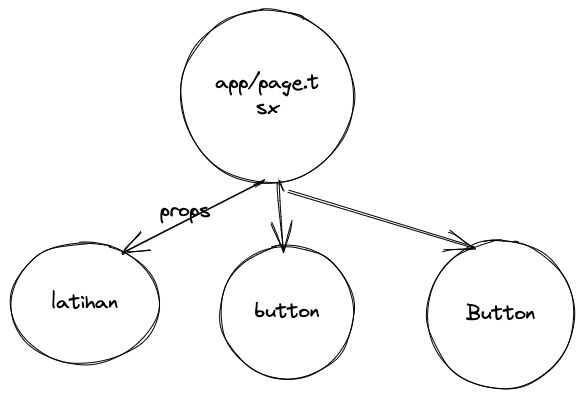
SMK-MADINATULQURAN/nextjs-bahan-ajar keeps this Excalidraw diagram as visualisasi/mikrotik.excalidraw.png. Above is the earlier version. Source tidied: one line per element, renumbered; positions are measured from the earlier drawing's top-left corner, leaving out a move shared by most shapes. Source of this version:
```json
{"id": 0, "type": "ellipse", "strokeColor": "#000000", "strokeWidth": 1, "roughness": 1, "round": true, "x": 170, "y": 0, "width": 173, "height": 173}
{"id": 1, "type": "text", "text": "app/page.t\nsx", "strokeColor": "#000000", "strokeWidth": 1, "roughness": 1, "fontSize": 20, "fontFamily": 1, "textAlign": "center", "verticalAlign": "middle", "inside": 0, "x": 205, "y": 61, "width": 104, "height": 50}
{"id": 2, "type": "ellipse", "strokeColor": "#000000", "strokeWidth": 1, "roughness": 1, "round": true, "x": 0, "y": 233, "width": 149, "height": 121}
{"id": 3, "type": "text", "text": "latihan", "strokeColor": "#000000", "strokeWidth": 1, "roughness": 1, "fontSize": 20, "fontFamily": 1, "textAlign": "center", "verticalAlign": "middle", "inside": 2, "x": 41, "y": 281, "width": 67, "height": 25}
{"id": 4, "type": "ellipse", "strokeColor": "#000000", "strokeWidth": 1, "roughness": 1, "round": true, "x": 210, "y": 236, "width": 133, "height": 133}
{"id": 5, "type": "text", "text": "button", "strokeColor": "#000000", "strokeWidth": 1, "roughness": 1, "fontSize": 20, "fontFamily": 1, "textAlign": "center", "verticalAlign": "middle", "inside": 4, "x": 245, "y": 290, "width": 65, "height": 25}
{"id": 6, "type": "ellipse", "strokeColor": "#000000", "strokeWidth": 1, "roughness": 1, "round": true, "x": 418, "y": 230, "width": 146, "height": 149}
{"id": 7, "type": "text", "text": "Button", "strokeColor": "#000000", "strokeWidth": 1, "roughness": 1, "fontSize": 20, "fontFamily": 1, "textAlign": "center", "verticalAlign": "middle", "inside": 6, "x": 456, "y": 292, "width": 69, "height": 25}
{"id": 8, "type": "arrow", "strokeColor": "#000000", "strokeWidth": 1, "roughness": 1, "endArrowhead": "arrow", "round": true, "from": 0, "x": 245, "y": 176, "width": 134, "height": 68, "points": [[0, 0], [0, 0], [-134, 68]]}
{"id": 9, "type": "arrow", "strokeColor": "#000000", "strokeWidth": 1, "roughness": 1, "endArrowhead": "arrow", "round": true, "from": 0, "x": 274, "y": 181, "width": 6, "height": 67, "points": [[0, 0], [-6, -6], [-1, 61]]}
{"id": 10, "type": "arrow", "strokeColor": "#000000", "strokeWidth": 1, "roughness": 1, "endArrowhead": "arrow", "round": true, "from": 0, "x": 278, "y": 181, "width": 185, "height": 56, "points": [[0, 0], [185, 56]]}
{"id": 11, "type": "text", "text": "props", "strokeColor": "#000000", "strokeWidth": 1, "roughness": 1, "fontSize": 20, "fontFamily": 1, "x": 150, "y": 189, "width": 50, "height": 25}
```
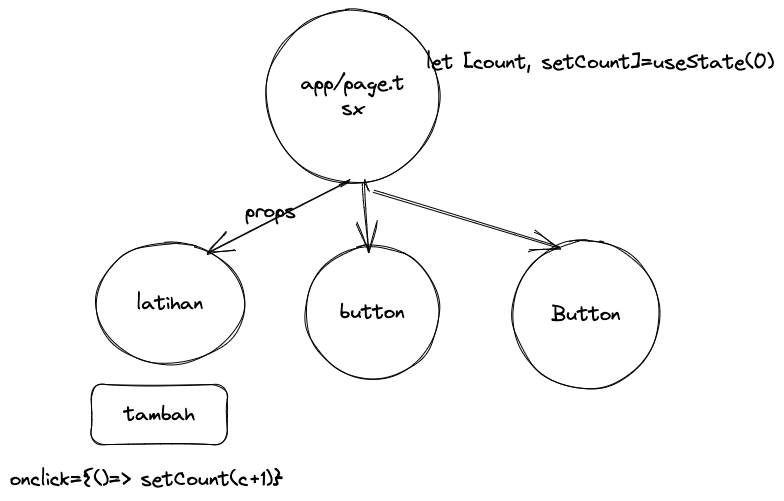
Above is the later version.

Change to the diagram source:
```diff
@@ -10,3 +10,7 @@
 {"id": 9, "type": "arrow", "strokeColor": "#000000", "strokeWidth": 1, "roughness": 1, "endArrowhead": "arrow", "round": true, "from": 0, "x": 274, "y": 181, "width": 6, "height": 67, "points": [[0, 0], [-6, -6], [-1, 61]]}
 {"id": 10, "type": "arrow", "strokeColor": "#000000", "strokeWidth": 1, "roughness": 1, "endArrowhead": "arrow", "round": true, "from": 0, "x": 278, "y": 181, "width": 185, "height": 56, "points": [[0, 0], [185, 56]]}
 {"id": 11, "type": "text", "text": "props", "strokeColor": "#000000", "strokeWidth": 1, "roughness": 1, "fontSize": 20, "fontFamily": 1, "x": 150, "y": 189, "width": 50, "height": 25}
+{"id": 12, "type": "text", "text": "let [count, setCount]=useState(0)", "strokeColor": "#000000", "strokeWidth": 1, "roughness": 1, "fontSize": 20, "fontFamily": 1, "x": 331, "y": 40, "width": 348, "height": 25}
+{"id": 13, "type": "rectangle", "strokeColor": "#000000", "strokeWidth": 1, "roughness": 1, "round": true, "x": -4, "y": 375, "width": 136, "height": 60}
+{"id": 14, "type": "text", "text": "tambah", "strokeColor": "#000000", "strokeWidth": 1, "roughness": 1, "fontSize": 20, "fontFamily": 1, "textAlign": "center", "verticalAlign": "middle", "inside": 13, "x": 29, "y": 392, "width": 71, "height": 25}
+{"id": 15, "type": "text", "text": "onclick={()=> setCount(c+1)}", "strokeColor": "#000000", "strokeWidth": 1, "roughness": 1, "fontSize": 20, "fontFamily": 1, "x": -85, "y": 457, "width": 273, "height": 25}
```
